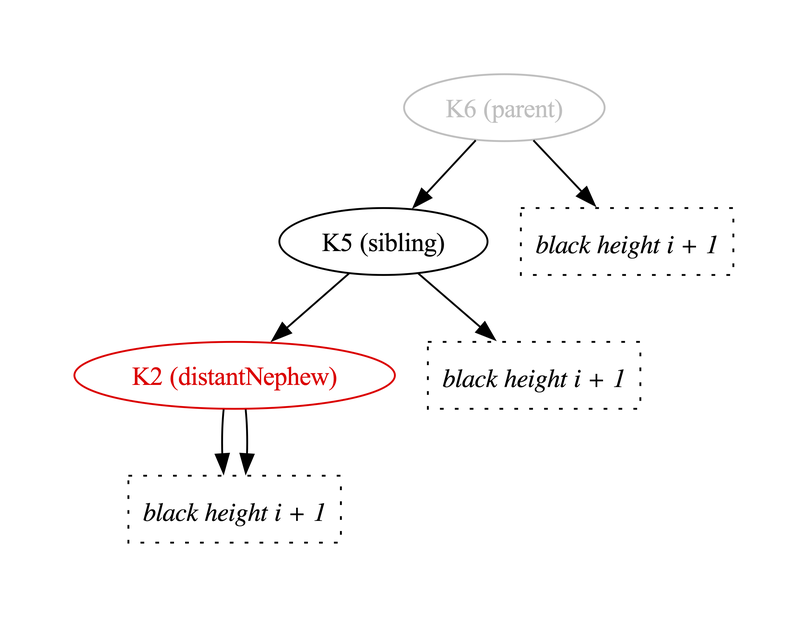
The Graphviz diagram Fw/DataStructures/docs/diagrams/removeBlackLeafNode/red-close-nephew-2.png in nasa/fprime, before a commit. Its source is kept beside it as Fw/DataStructures/docs/diagrams/removeBlackLeafNode/red-close-nephew-2.dot.
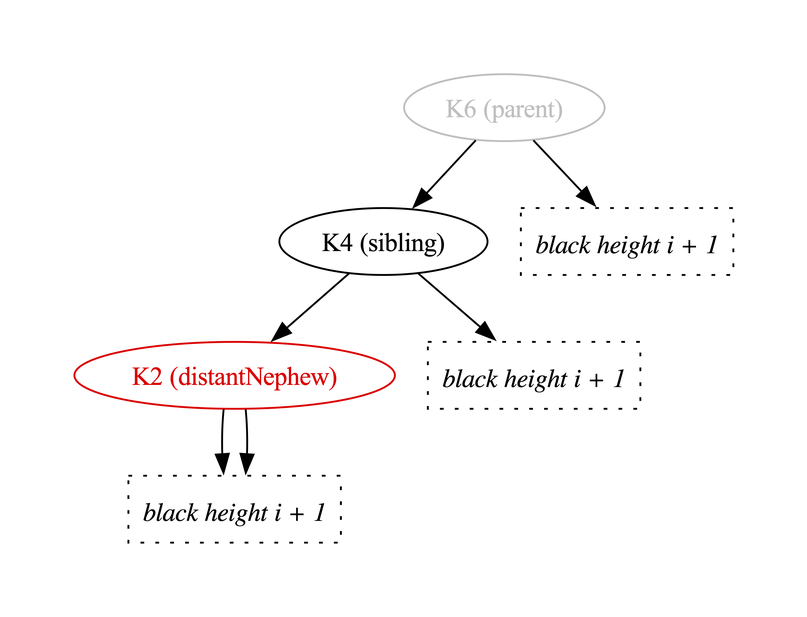
The same file after the commit.

Change to the diagram source:
```diff
@@ -1,16 +1,16 @@
 digraph {
 
-  K6 -> K5
+  K6 -> K4
   K6 -> BH1
 
-  K5 -> K2
-  K5 -> BH2
+  K4 -> K2
+  K4 -> BH2
 
   K2 -> BH3
   K2 -> BH3
 
   K2 [label="K2 (distantNephew)",color="red",fontcolor="red"]
-  K5 [label="K5 (sibling)"]
+  K4 [label="K4 (sibling)"]
   K6 [label="K6 (parent)",color="gray",fontcolor="gray"]
 
   BH1 [shape="box",label="black height i + 1",style="dotted",fontname="Italic"]
```
